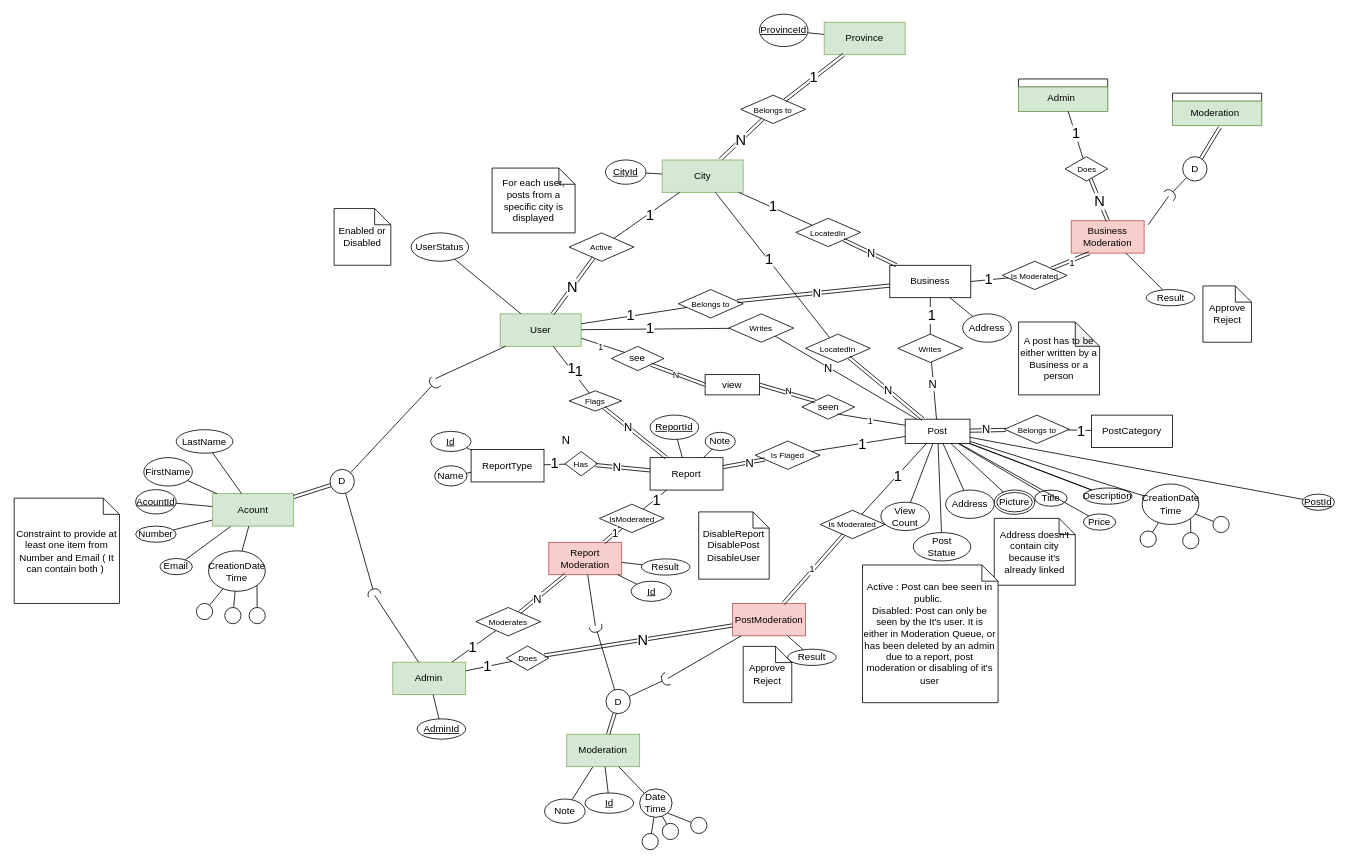
The draw.io diagram Project.drawio in khebrati/HamsellDatabase, before the edit. Source tidied: cells renumbered, new cells numbered last; positions are measured from the earlier drawing's top-left corner, leaving out a move shared by most shapes. Both pictures are drawn from the tidied source at 81%, with x=0, y=0 at pixel (14, 14).
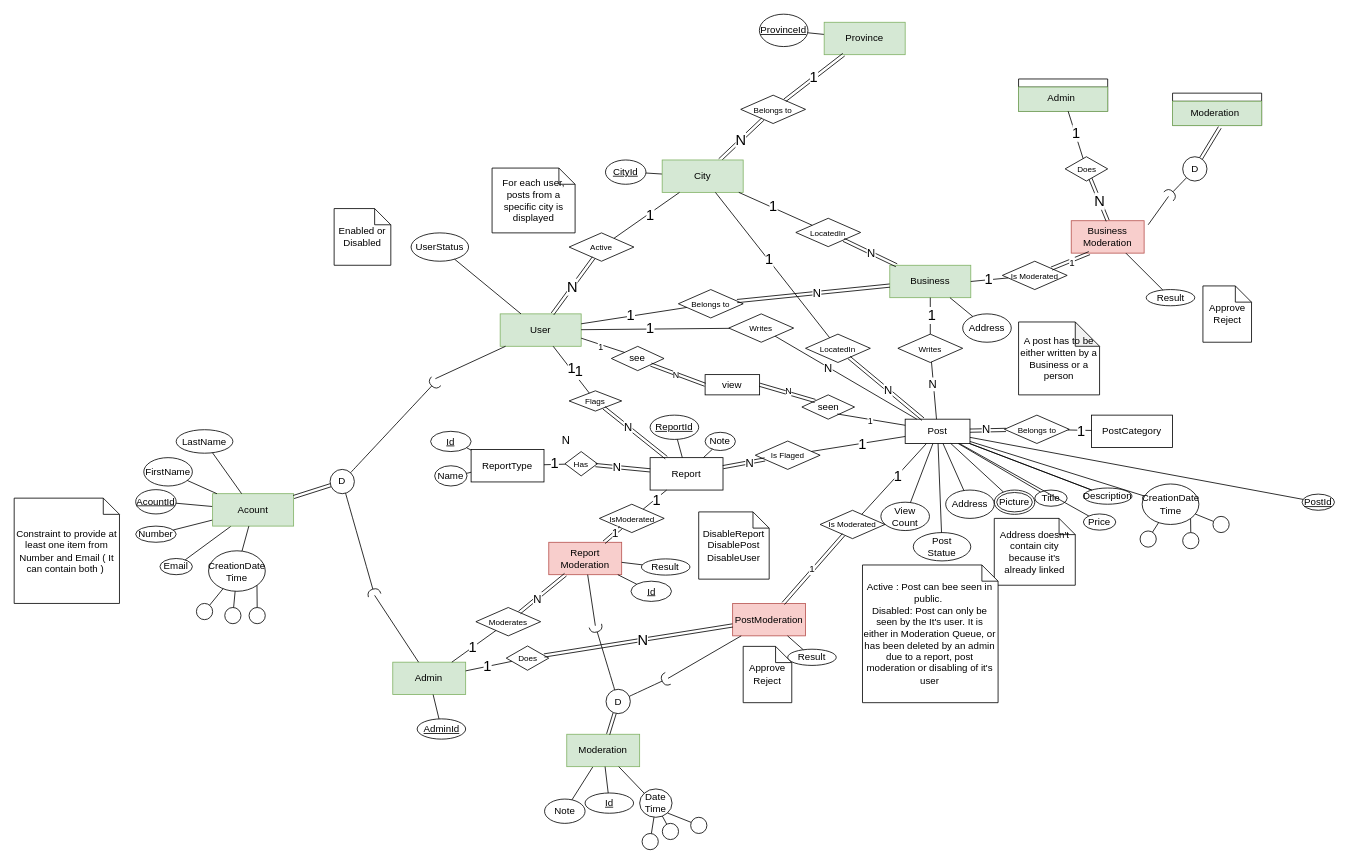
After the change.

Commit message (it also covers changes not shown here):
PostCategory table added

Change to the diagram source:
```diff
@@
-    <mxCell id="170" value="Business" style="whiteSpace=wrap;html=1;align=center;" parent="1" vertex="1">
+    <mxCell id="170" value="Business" style="whiteSpace=wrap;html=1;align=center;fillColor=#d5e8d4;strokeColor=#82b366;" parent="1" vertex="1">
       <mxGeometry x="1081" y="310" width="100" height="40" as="geometry" />
     </mxCell>
```
